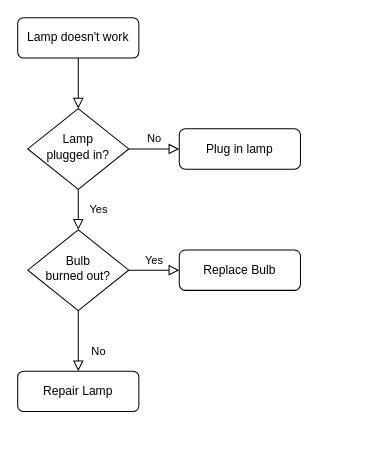
Earlier version of the draw.io diagram ak.drawio (helios741/plan). Source tidied: cells renumbered, new cells numbered last; positions are measured from the earlier drawing's top-left corner, leaving out a move shared by most shapes. Both pictures are drawn from the tidied source at 101%, with x=0, y=0 at pixel (17, 17).
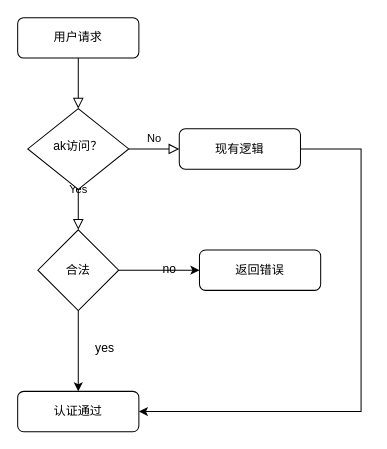
The same diagram, later.

What changed in the source:
```diff
@@
 <mxGraphModel>
   <root>
     <mxCell id="0" />
     <mxCell id="1" parent="0" />
     <mxCell id="2" style="rounded=0;html=1;jettySize=auto;fontSize=11;endArrow=block;endFill=0;endSize=8;strokeWidth=1;shadow=0;labelBackgroundColor=none;edgeStyle=orthogonalEdgeStyle;" parent="1" edge="1" source="3" target="6">
       <mxGeometry relative="1" as="geometry" />
     </mxCell>
-    <mxCell id="3" value="Lamp doesn't work" style="rounded=1;whiteSpace=wrap;html=1;fontSize=12;glass=0;strokeWidth=1;shadow=0;" parent="1" vertex="1">
+    <mxCell id="3" value="用户请求" style="rounded=1;whiteSpace=wrap;html=1;fontSize=12;glass=0;strokeWidth=1;shadow=0;" parent="1" vertex="1">
       <mxGeometry width="120" height="40" as="geometry" />
     </mxCell>
-    <mxCell id="4" value="Yes" style="rounded=0;html=1;jettySize=auto;fontSize=11;endArrow=block;endFill=0;endSize=8;strokeWidth=1;shadow=0;labelBackgroundColor=none;edgeStyle=orthogonalEdgeStyle;" parent="1" edge="1" source="6" target="10">
-      <mxGeometry y="20" relative="1" as="geometry" />
+    <mxCell id="4" value="Yes" style="rounded=0;html=1;jettySize=auto;fontSize=11;endArrow=block;endFill=0;endSize=8;strokeWidth=1;shadow=0;labelBackgroundColor=none;edgeStyle=orthogonalEdgeStyle;" parent="1" edge="1" source="6">
+      <mxGeometry y="20" relative="1" as="geometry">
+        <mxPoint x="60" y="210" as="targetPoint" />
+      </mxGeometry>
     </mxCell>
     <mxCell id="5" value="No" style="edgeStyle=orthogonalEdgeStyle;rounded=0;html=1;jettySize=auto;fontSize=11;endArrow=block;endFill=0;endSize=8;strokeWidth=1;shadow=0;labelBackgroundColor=none;" parent="1" edge="1" source="6" target="7">
       <mxGeometry y="10" relative="1" as="geometry" />
     </mxCell>
-    <mxCell id="6" value="Lamp&lt;br&gt;plugged in?" style="rhombus;whiteSpace=wrap;html=1;shadow=0;fontFamily=Helvetica;fontSize=12;align=center;strokeWidth=1;spacing=6;spacingTop=-4;" parent="1" vertex="1">
+    <mxCell id="6" value="ak访问？" style="rhombus;whiteSpace=wrap;html=1;shadow=0;fontFamily=Helvetica;fontSize=12;align=center;strokeWidth=1;spacing=6;spacingTop=-4;" parent="1" vertex="1">
       <mxGeometry x="10" y="90" width="100" height="80" as="geometry" />
     </mxCell>
+    <mxCell id="13" style="edgeStyle=orthogonalEdgeStyle;rounded=0;jettySize=auto;html=1;entryX=1;entryY=0.5;entryDx=0;entryDy=0;" parent="1" edge="1" source="7" target="18">
+      <mxGeometry relative="1" as="geometry">
+        <Array as="points">
+          <mxPoint x="340" y="130" />
+          <mxPoint x="340" y="390" />
+        </Array>
+      </mxGeometry>
+    </mxCell>
-    <mxCell id="7" value="Plug in lamp" style="rounded=1;whiteSpace=wrap;html=1;fontSize=12;glass=0;strokeWidth=1;shadow=0;" parent="1" vertex="1">
+    <mxCell id="7" value="现有逻辑" style="rounded=1;whiteSpace=wrap;html=1;fontSize=12;glass=0;strokeWidth=1;shadow=0;" parent="1" vertex="1">
       <mxGeometry x="160" y="110" width="120" height="40" as="geometry" />
     </mxCell>
-    <mxCell id="8" value="No" style="rounded=0;html=1;jettySize=auto;fontSize=11;endArrow=block;endFill=0;endSize=8;strokeWidth=1;shadow=0;labelBackgroundColor=none;edgeStyle=orthogonalEdgeStyle;" parent="1" edge="1" source="10" target="11">
-      <mxGeometry x="0.33" y="20" relative="1" as="geometry" />
-    </mxCell>
-    <mxCell id="9" value="Yes" style="edgeStyle=orthogonalEdgeStyle;rounded=0;html=1;jettySize=auto;fontSize=11;endArrow=block;endFill=0;endSize=8;strokeWidth=1;shadow=0;labelBackgroundColor=none;" parent="1" edge="1" source="10" target="12">
-      <mxGeometry y="10" relative="1" as="geometry" />
-    </mxCell>
-    <mxCell id="10" value="Bulb&lt;br&gt;burned out?" style="rhombus;whiteSpace=wrap;html=1;shadow=0;fontFamily=Helvetica;fontSize=12;align=center;strokeWidth=1;spacing=6;spacingTop=-4;" parent="1" vertex="1">
-      <mxGeometry x="10" y="210" width="100" height="80" as="geometry" />
-    </mxCell>
-    <mxCell id="11" value="Repair Lamp" style="rounded=1;whiteSpace=wrap;html=1;fontSize=12;glass=0;strokeWidth=1;shadow=0;" parent="1" vertex="1">
-      <mxGeometry y="350" width="120" height="40" as="geometry" />
-    </mxCell>
-    <mxCell id="12" value="Replace Bulb" style="rounded=1;whiteSpace=wrap;html=1;fontSize=12;glass=0;strokeWidth=1;shadow=0;" parent="1" vertex="1">
-      <mxGeometry x="160" y="230" width="120" height="40" as="geometry" />
-    </mxCell>
+    <mxCell id="14" style="edgeStyle=orthogonalEdgeStyle;rounded=0;jettySize=auto;html=1;" parent="1" edge="1" source="16">
+      <mxGeometry relative="1" as="geometry">
+        <mxPoint x="180" y="250" as="targetPoint" />
+      </mxGeometry>
+    </mxCell>
+    <mxCell id="15" style="edgeStyle=orthogonalEdgeStyle;rounded=0;jettySize=auto;html=1;" parent="1" edge="1" source="16">
+      <mxGeometry relative="1" as="geometry">
+        <mxPoint x="60" y="370" as="targetPoint" />
+      </mxGeometry>
+    </mxCell>
+    <mxCell id="16" value="合法" style="rhombus;whiteSpace=wrap;html=1;" parent="1" vertex="1">
+      <mxGeometry x="20" y="210" width="80" height="80" as="geometry" />
+    </mxCell>
+    <mxCell id="17" value="返回错误" style="rounded=1;whiteSpace=wrap;html=1;fontSize=12;glass=0;strokeWidth=1;shadow=0;" parent="1" vertex="1">
+      <mxGeometry x="180" y="230" width="120" height="40" as="geometry" />
+    </mxCell>
+    <mxCell id="18" value="认证通过" style="rounded=1;whiteSpace=wrap;html=1;fontSize=12;glass=0;strokeWidth=1;shadow=0;" parent="1" vertex="1">
+      <mxGeometry y="370" width="120" height="40" as="geometry" />
+    </mxCell>
+    <mxCell id="19" value="yes" style="text;html=1;align=center;verticalAlign=middle;" parent="1" vertex="1">
+      <mxGeometry x="66" y="318" width="40" height="20" as="geometry" />
+    </mxCell>
+    <mxCell id="20" value="no" style="text;html=1;align=center;verticalAlign=middle;" parent="1" vertex="1">
+      <mxGeometry x="135" y="239" width="30" height="20" as="geometry" />
+    </mxCell>
   </root>
 </mxGraphModel>
```
